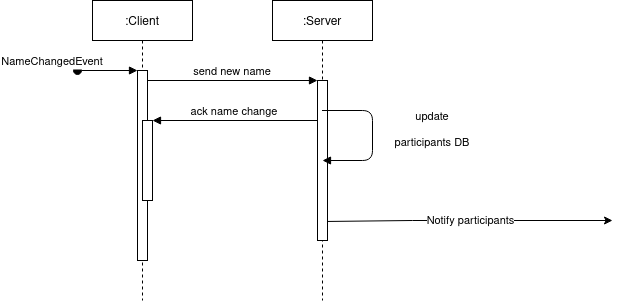
The draw.io diagram docs/img/sd_changename.png in Scherrik/se_mcm, before a commit. Source tidied: cells renumbered, new cells last; positions are measured from the earlier drawing's top-left corner, leaving out a move shared by most shapes.
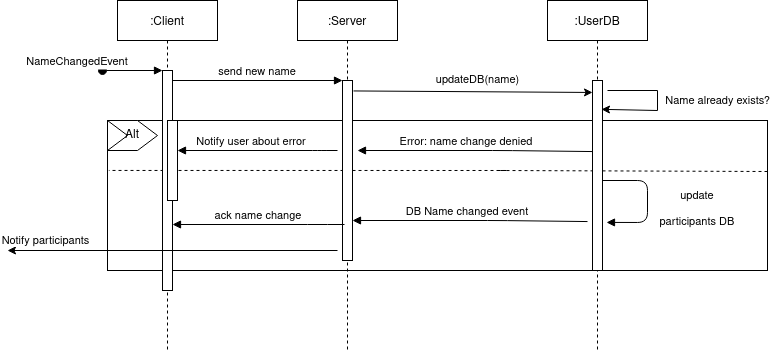
The same file after the commit.

The edit, as a diff of the source:
```diff
@@ -2,11 +2,22 @@
   <root>
     <mxCell id="0" />
     <mxCell id="1" parent="0" />
+    <mxCell id="12" style="rounded=0;whiteSpace=wrap;html=1;fillColor=none;" parent="1" vertex="1">
+      <mxGeometry x="5" y="120" width="660" height="150" as="geometry" />
+    </mxCell>
+    <mxCell id="13" style="endArrow=none;dashed=1;html=1;rounded=0;entryX=0.002;entryY=0.333;entryDx=0;entryDy=0;entryPerimeter=0;exitX=1;exitY=0.34;exitDx=0;exitDy=0;exitPerimeter=0;" parent="1" edge="1" source="12" target="12">
+      <mxGeometry relative="1" as="geometry">
+        <Array as="points">
+          <mxPoint x="395" y="170" />
+          <mxPoint x="405" y="170" />
+        </Array>
+      </mxGeometry>
+    </mxCell>
     <mxCell id="2" value=":Client" style="shape=umlLifeline;perimeter=lifelinePerimeter;rounded=0;shadow=0;strokeWidth=1;" parent="1" vertex="1">
-      <mxGeometry x="15" width="100" height="300" as="geometry" />
+      <mxGeometry x="15" width="100" height="350" as="geometry" />
     </mxCell>
     <mxCell id="3" style="points=[];perimeter=orthogonalPerimeter;rounded=0;shadow=0;strokeWidth=1;" parent="2" vertex="1">
-      <mxGeometry x="45" y="70" width="10" height="190" as="geometry" />
+      <mxGeometry x="45" y="70" width="10" height="220" as="geometry" />
     </mxCell>
     <mxCell id="4" value="NameChangedEvent" style="verticalAlign=bottom;startArrow=oval;endArrow=block;startSize=8;shadow=0;strokeWidth=1;" parent="2" edge="1" target="3">
       <mxGeometry x="-1" y="-25" relative="1" as="geometry">
@@ -18,33 +29,82 @@
       <mxGeometry x="50" y="120" width="10" height="80" as="geometry" />
     </mxCell>
     <mxCell id="6" value=":Server" style="shape=umlLifeline;perimeter=lifelinePerimeter;rounded=0;shadow=0;strokeWidth=1;" parent="1" vertex="1">
-      <mxGeometry x="195" width="100" height="300" as="geometry" />
+      <mxGeometry x="195" width="100" height="350" as="geometry" />
     </mxCell>
     <mxCell id="7" style="points=[];perimeter=orthogonalPerimeter;rounded=0;shadow=0;strokeWidth=1;" parent="6" vertex="1">
-      <mxGeometry x="45" y="80" width="10" height="160" as="geometry" />
+      <mxGeometry x="45" y="80" width="10" height="180" as="geometry" />
     </mxCell>
+    <mxCell id="14" value="DB Name changed event" style="verticalAlign=bottom;endArrow=block;shadow=0;strokeWidth=1;exitX=0;exitY=0.374;exitDx=0;exitDy=0;exitPerimeter=0;" parent="6" edge="1">
+      <mxGeometry x="0.02" relative="1" as="geometry">
+        <mxPoint x="290" y="221.1" as="sourcePoint" />
+        <mxPoint x="55" y="220" as="targetPoint" />
+        <Array as="points">
+          <mxPoint x="200" y="220" />
+        </Array>
+      </mxGeometry>
+    </mxCell>
     <mxCell id="8" value="send new name" style="verticalAlign=bottom;endArrow=block;entryX=0;entryY=0;shadow=0;strokeWidth=1;" parent="1" edge="1" source="3" target="7">
       <mxGeometry relative="1" as="geometry" />
     </mxCell>
-    <mxCell id="9" value="ack name change" style="verticalAlign=bottom;endArrow=block;entryX=1;entryY=0;shadow=0;strokeWidth=1;" parent="1" edge="1" source="7" target="5">
-      <mxGeometry relative="1" as="geometry" />
+    <mxCell id="9" value="ack name change" style="verticalAlign=bottom;endArrow=block;shadow=0;strokeWidth=1;exitX=0.2;exitY=0.8;exitDx=0;exitDy=0;exitPerimeter=0;" parent="1" edge="1" source="7" target="3">
+      <mxGeometry relative="1" as="geometry">
+        <Array as="points">
+          <mxPoint x="215" y="224" />
+        </Array>
+      </mxGeometry>
     </mxCell>
+    <mxCell id="11" value="Notify participants" style="endArrow=classic;html=1;rounded=0;" parent="1" edge="1">
+      <mxGeometry x="0.77" y="-10" relative="1" as="geometry">
+        <mxPoint x="235" y="250" as="sourcePoint" />
+        <mxPoint x="-95" y="250" as="targetPoint" />
+      </mxGeometry>
+    </mxCell>
+    <mxCell id="15" value="Alt" style="shape=step;perimeter=stepPerimeter;whiteSpace=wrap;html=1;fixedSize=1;" parent="1" vertex="1">
+      <mxGeometry x="5" y="120" width="50" height="30" as="geometry" />
+    </mxCell>
+    <mxCell id="16" value=":UserDB" style="shape=umlLifeline;perimeter=lifelinePerimeter;rounded=0;shadow=0;strokeWidth=1;" parent="1" vertex="1">
+      <mxGeometry x="445" width="100" height="350" as="geometry" />
+    </mxCell>
+    <mxCell id="17" style="points=[];perimeter=orthogonalPerimeter;rounded=0;shadow=0;strokeWidth=1;" parent="16" vertex="1">
+      <mxGeometry x="45" y="80" width="10" height="190" as="geometry" />
+    </mxCell>
-    <mxCell id="10" value="update &#10;&#10;participants DB" style="verticalAlign=bottom;endArrow=block;entryX=1;entryY=0;shadow=0;strokeWidth=1;" parent="1" edge="1" source="6">
-      <mxGeometry x="0.2" y="60" relative="1" as="geometry">
-        <mxPoint x="245" y="160" as="targetPoint" />
+    <mxCell id="10" value="update &#10;&#10;participants DB" style="verticalAlign=bottom;endArrow=block;entryX=1.4;entryY=0.747;shadow=0;strokeWidth=1;entryDx=0;entryDy=0;entryPerimeter=0;" parent="16" edge="1" source="17" target="17">
+      <mxGeometry x="0.36" y="51" relative="1" as="geometry">
         <Array as="points">
-          <mxPoint x="295" y="110" />
-          <mxPoint x="295" y="160" />
+          <mxPoint x="100" y="180" />
+          <mxPoint x="100" y="222" />
         </Array>
+        <mxPoint x="50" y="-43" as="offset" />
       </mxGeometry>
     </mxCell>
-    <mxCell id="11" value="Notify participants" style="endArrow=classic;html=1;rounded=0;exitX=1;exitY=0.881;exitDx=0;exitDy=0;exitPerimeter=0;" parent="1" edge="1" source="7">
-      <mxGeometry relative="1" as="geometry">
-        <mxPoint x="535" y="220" as="targetPoint" />
-        <Array as="points">
-          <mxPoint x="335" y="220" />
-        </Array>
-      </mxGeometry>
-    </mxCell>
+    <mxCell id="18" value="Notify user about error" style="verticalAlign=bottom;endArrow=block;shadow=0;strokeWidth=1;" parent="1" edge="1">
+      <mxGeometry x="0.07" relative="1" as="geometry">
+        <mxPoint x="235" y="150" as="sourcePoint" />
+        <mxPoint x="75" y="150" as="targetPoint" />
+        <Array as="points">
+          <mxPoint x="220" y="150" />
+        </Array>
+      </mxGeometry>
+    </mxCell>
+    <mxCell id="19" value="updateDB(name)" style="endArrow=classic;html=1;rounded=0;exitX=1.1;exitY=0.058;exitDx=0;exitDy=0;exitPerimeter=0;entryX=0;entryY=0.063;entryDx=0;entryDy=0;entryPerimeter=0;" parent="1" edge="1" source="7" target="17">
+      <mxGeometry x="0.04" y="12" relative="1" as="geometry" />
+    </mxCell>
+    <mxCell id="20" value="Name already exists?" style="endArrow=classic;html=1;rounded=0;entryX=0.54;entryY=0.311;entryDx=0;entryDy=0;entryPerimeter=0;" parent="1" edge="1" target="16">
+      <mxGeometry x="-0.05" y="60" relative="1" as="geometry">
+        <mxPoint x="505" y="90" as="sourcePoint" />
+        <Array as="points">
+          <mxPoint x="555" y="90" />
+          <mxPoint x="555" y="110" />
+        </Array>
+      </mxGeometry>
+    </mxCell>
+    <mxCell id="21" value="Error: name change denied" style="verticalAlign=bottom;endArrow=block;shadow=0;strokeWidth=1;exitX=0;exitY=0.374;exitDx=0;exitDy=0;exitPerimeter=0;" parent="1" edge="1" source="17">
+      <mxGeometry x="0.07" relative="1" as="geometry">
+        <mxPoint x="255" y="150" as="targetPoint" />
+        <Array as="points">
+          <mxPoint x="400" y="150" />
+        </Array>
+      </mxGeometry>
+    </mxCell>
   </root>
 </mxGraphModel>
```
